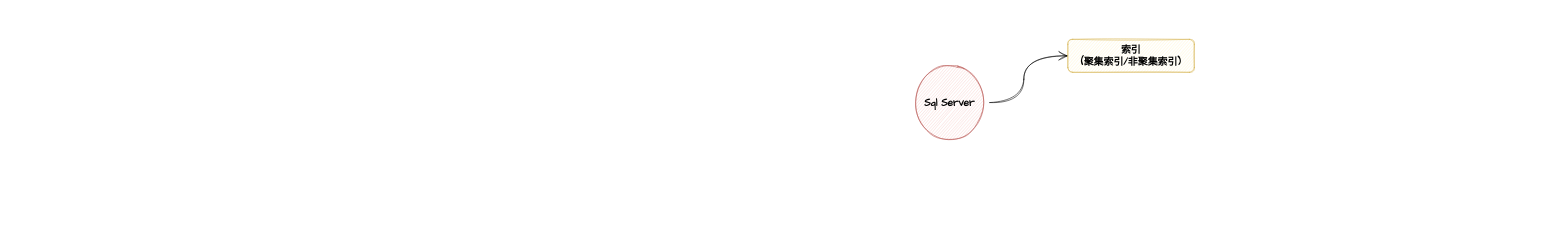
Before: diagrams_相关草图/Sql Server_深入学习导图.drawio in rainforests719/csharp.learning.growth.path, a draw.io diagram. Source tidied: cells renumbered, new cells numbered last; positions are measured from the earlier drawing's top-left corner, leaving out a move shared by most shapes. Both pictures are drawn from the tidied source at 55%, with x=0, y=0 at pixel (914, 39).
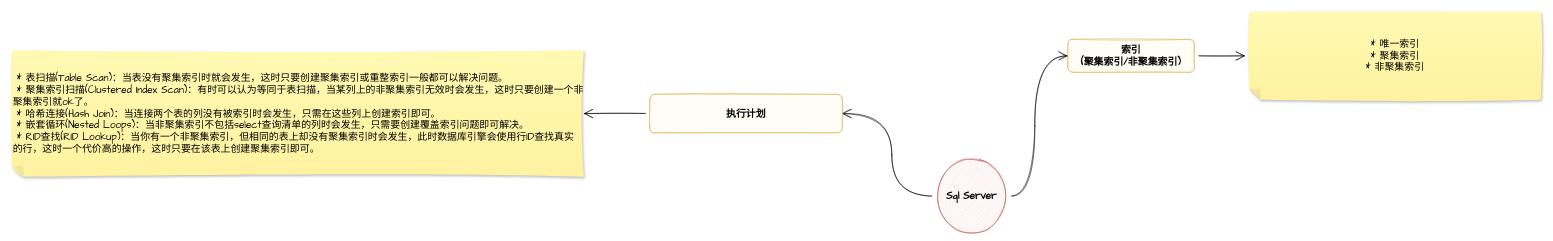
After the change.

Commit message (it also covers changes not shown here):
更新Sql Server_深入学习导图.drawio

Diff of the diagram source:
```diff
@@
 <mxGraphModel>
   <root>
     <mxCell id="0" />
     <mxCell id="1" parent="0" />
     <mxCell id="2" style="edgeStyle=orthogonalEdgeStyle;curved=1;rounded=0;sketch=1;hachureGap=4;jettySize=auto;html=1;entryX=0;entryY=0.5;entryDx=0;entryDy=0;fontFamily=Comic Sans MS;fontSize=18;endArrow=open;startSize=14;endSize=14;sourcePerimeterSpacing=8;targetPerimeterSpacing=8;" parent="1" edge="1" source="3" target="4">
       <mxGeometry relative="1" as="geometry" />
     </mxCell>
+    <mxCell id="5" style="edgeStyle=orthogonalEdgeStyle;curved=1;rounded=0;sketch=1;hachureGap=4;jettySize=auto;html=1;entryX=1;entryY=0.5;entryDx=0;entryDy=0;fontFamily=Comic Sans MS;fontSize=18;endArrow=open;startSize=14;endSize=14;sourcePerimeterSpacing=8;targetPerimeterSpacing=8;" parent="1" edge="1" source="3" target="9">
+      <mxGeometry relative="1" as="geometry" />
+    </mxCell>
     <mxCell id="3" value="Sql Server" style="ellipse;whiteSpace=wrap;html=1;rounded=1;fontStyle=1;fontFamily=Comic Sans MS;sketch=1;fillColor=#f8cecc;strokeColor=#b85450;fontSize=18;" parent="1" vertex="1">
-      <mxGeometry y="50" width="130" height="130" as="geometry" />
+      <mxGeometry x="40" y="220" width="130" height="130" as="geometry" />
     </mxCell>
+    <mxCell id="6" style="edgeStyle=orthogonalEdgeStyle;curved=1;rounded=0;sketch=1;hachureGap=4;jettySize=auto;html=1;fontFamily=Comic Sans MS;fontSize=18;endArrow=open;startSize=14;endSize=14;sourcePerimeterSpacing=8;targetPerimeterSpacing=8;" parent="1" edge="1" source="4" target="7">
+      <mxGeometry relative="1" as="geometry" />
+    </mxCell>
     <mxCell id="4" value="索引&lt;br&gt;(聚集索引/非聚集索引)" style="rounded=1;whiteSpace=wrap;html=1;sketch=1;fontStyle=1;fontFamily=Comic Sans MS;hachureGap=4;fontSize=18;fillColor=#fff2cc;strokeColor=#d6b656;" parent="1" vertex="1">
       <mxGeometry x="280" width="230" height="60" as="geometry" />
     </mxCell>
+    <mxCell id="7" value="* 唯一索引&lt;br&gt;* 聚集索引&lt;br&gt;* 非聚集索引" style="shape=note;whiteSpace=wrap;html=1;backgroundOutline=1;fontColor=#000000;darkOpacity=0.05;fillColor=#FFF9B2;strokeColor=none;fillStyle=solid;direction=west;gradientDirection=north;gradientColor=#FFF2A1;shadow=1;size=20;hachureGap=4;sketch=1;fontFamily=Comic Sans MS;fontSize=18;" parent="1" vertex="1">
+      <mxGeometry x="610" y="-50" width="530" height="160" as="geometry" />
+    </mxCell>
+    <mxCell id="8" style="edgeStyle=orthogonalEdgeStyle;curved=1;rounded=0;sketch=1;hachureGap=4;jettySize=auto;html=1;entryX=0;entryY=0.5;entryDx=0;entryDy=0;entryPerimeter=0;fontFamily=Comic Sans MS;fontSize=18;endArrow=open;startSize=14;endSize=14;sourcePerimeterSpacing=8;targetPerimeterSpacing=8;" parent="1" edge="1" source="9" target="10">
+      <mxGeometry relative="1" as="geometry" />
+    </mxCell>
+    <mxCell id="9" value="执行计划" style="rounded=1;whiteSpace=wrap;html=1;sketch=1;fontStyle=1;fontFamily=Comic Sans MS;hachureGap=4;fontSize=18;fillColor=#fff2cc;strokeColor=#d6b656;" parent="1" vertex="1">
+      <mxGeometry x="-480" y="100" width="350" height="70" as="geometry" />
+    </mxCell>
+    <mxCell id="10" value="&lt;div&gt;&amp;nbsp;* 表扫描(Table Scan)：当表没有聚集索引时就会发生，这时只要创建聚集索引或重整索引一般都可以解决问题。&lt;/div&gt;&lt;div&gt;&amp;nbsp;* 聚集索引扫描(Clustered Index Scan)：有时可以认为等同于表扫描，当某列上的非聚集索引无效时会发生，这时只要创建一个非聚集索引就ok了。&lt;/div&gt;&lt;div&gt;&amp;nbsp;* 哈希连接(Hash Join)：当连接两个表的列没有被索引时会发生，只需在这些列上创建索引即可。&lt;/div&gt;&lt;div&gt;&amp;nbsp;* 嵌套循环(Nested Loops)：当非聚集索引不包括select查询清单的列时会发生，只需要创建覆盖索引问题即可解决。&lt;/div&gt;&lt;div style=&quot;&quot;&gt;&amp;nbsp;* RID查找(RID Lookup)：当你有一个非聚集索引，但相同的表上却没有聚集索引时会发生，此时数据库引擎会使用行ID查找真实的行，这时一个代价高的操作，这时只要在该表上创建聚集索引即可。&lt;/div&gt;" style="shape=note;whiteSpace=wrap;html=1;backgroundOutline=1;fontColor=#000000;darkOpacity=0.05;fillColor=#FFF9B2;strokeColor=none;fillStyle=solid;direction=west;gradientDirection=north;gradientColor=#FFF2A1;shadow=1;size=20;hachureGap=4;sketch=1;fontFamily=Comic Sans MS;fontSize=18;align=left;" parent="1" vertex="1">
+      <mxGeometry x="-1640" y="20" width="1040" height="230" as="geometry" />
+    </mxCell>
   </root>
 </mxGraphModel>
```
